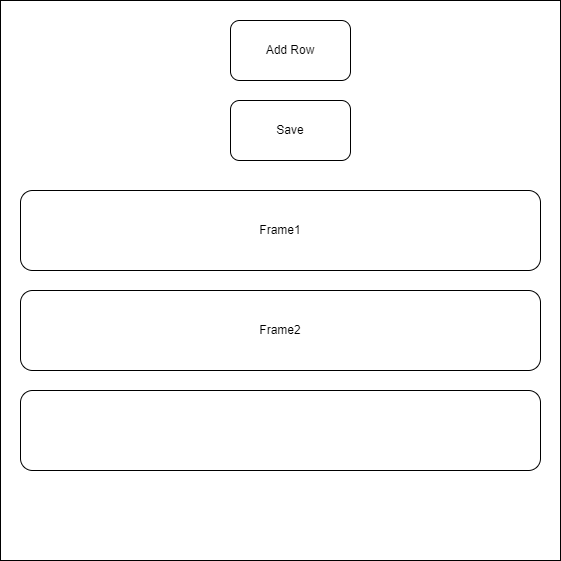
This is Architecture/ArchitectureDiagram.png from JacquelineBashta/TripPlanner, a draw.io export, as it was before one commit. Source tidied: cells renumbered, new cells last; positions are measured from the earlier drawing's top-left corner, leaving out a move shared by most shapes. Source of this version:
```xml
<mxGraphModel>
  <root>
    <mxCell id="0" />
    <mxCell id="1" parent="0" />
    <mxCell id="2" style="whiteSpace=wrap;html=1;" parent="1" vertex="1">
      <mxGeometry width="560" height="560" as="geometry" />
    </mxCell>
    <mxCell id="3" value="Add Row" style="rounded=1;whiteSpace=wrap;html=1;" parent="1" vertex="1">
      <mxGeometry x="230" y="20" width="120" height="60" as="geometry" />
    </mxCell>
    <mxCell id="4" value="Save" style="rounded=1;whiteSpace=wrap;html=1;" parent="1" vertex="1">
      <mxGeometry x="230" y="100" width="120" height="60" as="geometry" />
    </mxCell>
    <mxCell id="5" value="Frame1" style="rounded=1;whiteSpace=wrap;html=1;" parent="1" vertex="1">
      <mxGeometry x="20" y="190" width="520" height="80" as="geometry" />
    </mxCell>
    <mxCell id="6" value="Frame2" style="rounded=1;whiteSpace=wrap;html=1;" parent="1" vertex="1">
      <mxGeometry x="20" y="290" width="520" height="80" as="geometry" />
    </mxCell>
    <mxCell id="7" style="rounded=1;whiteSpace=wrap;html=1;" parent="1" vertex="1">
      <mxGeometry x="20" y="390" width="520" height="80" as="geometry" />
    </mxCell>
  </root>
</mxGraphModel>
```
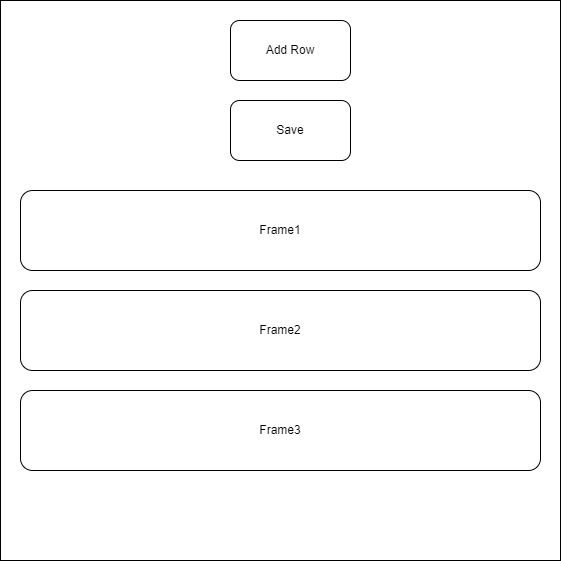
Later version of the same file.

Diff of the diagram source:
```diff
@@ -17,7 +17,7 @@
     <mxCell id="6" value="Frame2" style="rounded=1;whiteSpace=wrap;html=1;" parent="1" vertex="1">
       <mxGeometry x="20" y="290" width="520" height="80" as="geometry" />
     </mxCell>
-    <mxCell id="7" style="rounded=1;whiteSpace=wrap;html=1;" parent="1" vertex="1">
+    <mxCell id="7" value="Frame3" style="rounded=1;whiteSpace=wrap;html=1;" parent="1" vertex="1">
       <mxGeometry x="20" y="390" width="520" height="80" as="geometry" />
     </mxCell>
   </root>
```
